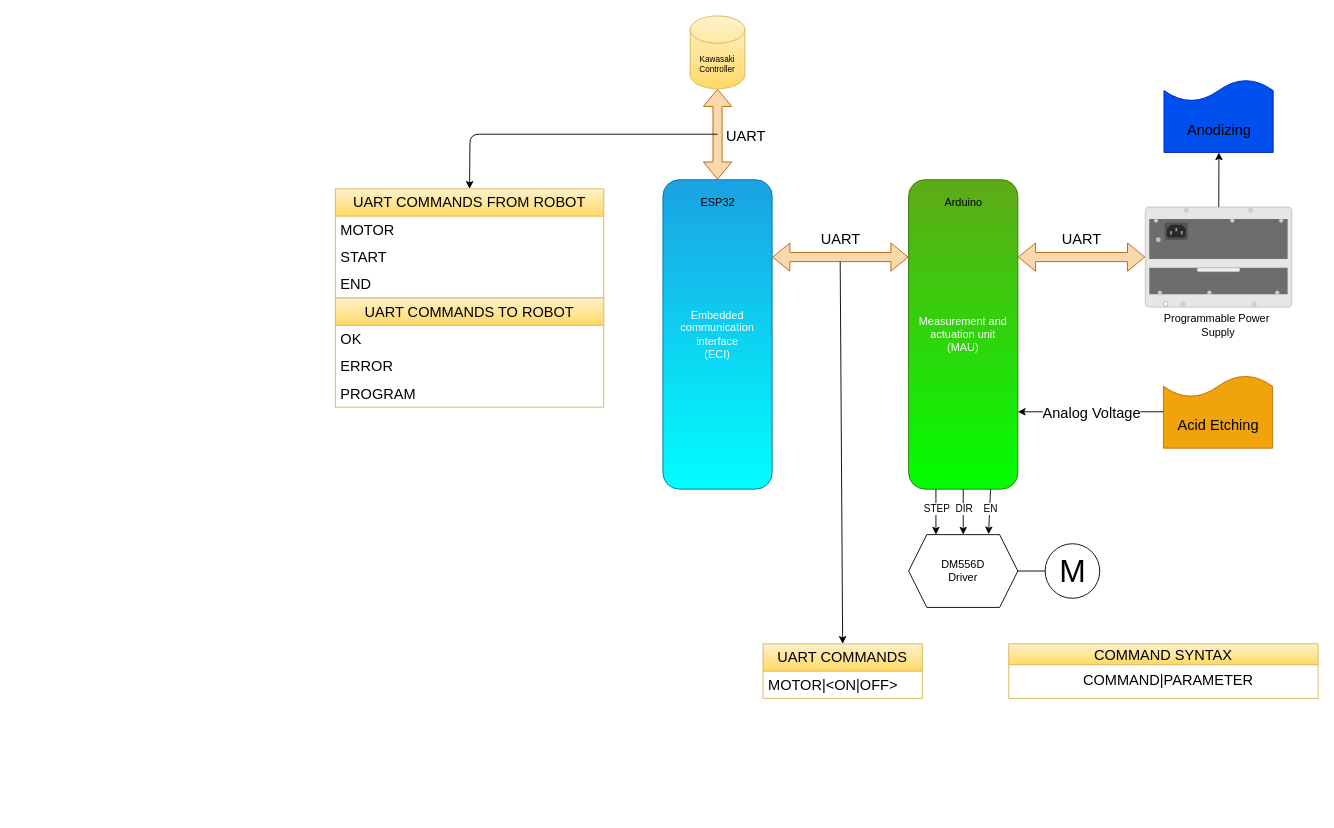
The draw.io diagram page "Hardware" (1 of 7) of docs.drawio in lasram-engineering/eci, before the edit. Source tidied: cells renumbered, new cells numbered last; positions are measured from the earlier drawing's top-left corner, leaving out a move shared by most shapes. Both pictures are drawn from the tidied source at 91%, with x=0, y=0 at pixel (335, 15).
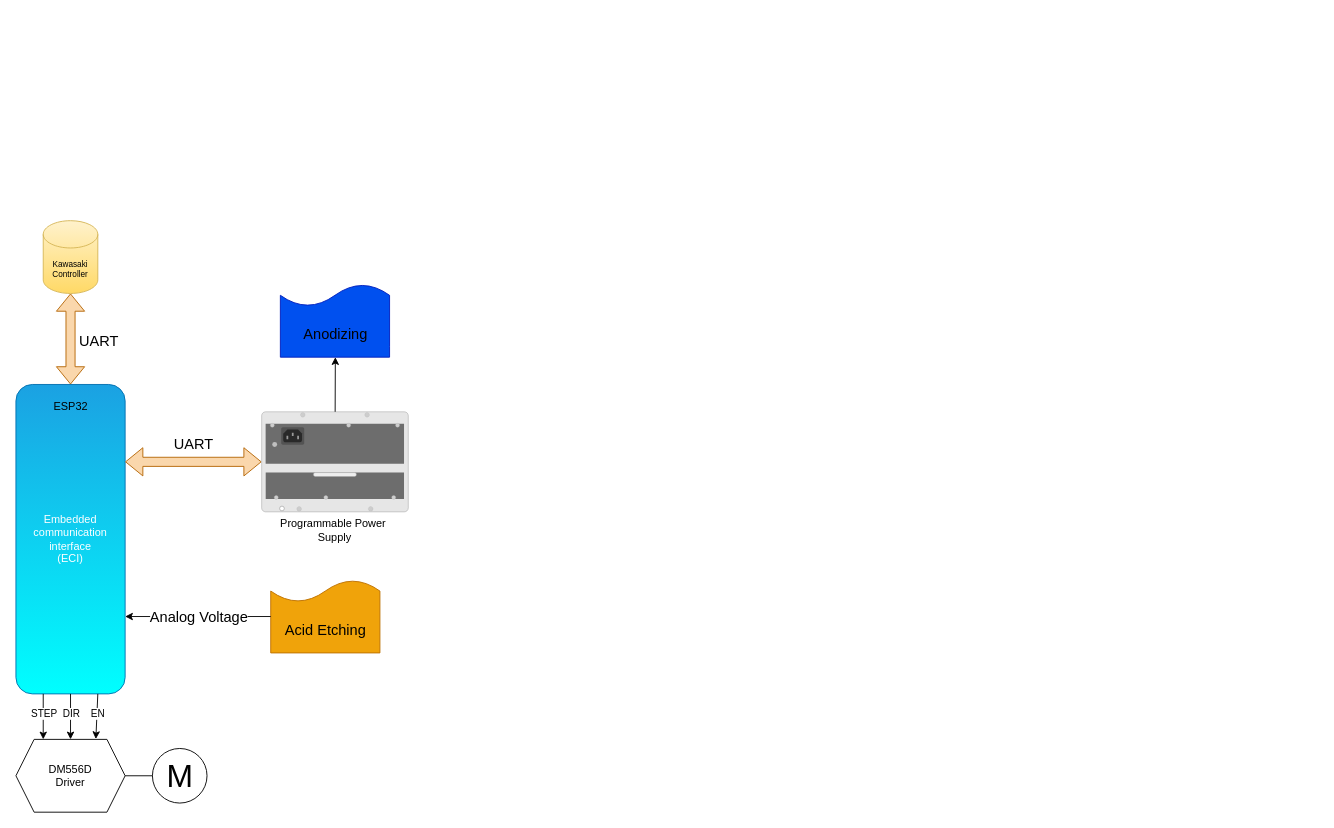
The same page after the edit.

Unchanged cells that the change refers to:
```xml
<mxCell id="6" value="Embedded communication interface&lt;br&gt;(ECI)" style="rounded=1;whiteSpace=wrap;html=1;fillColor=#1ba1e2;fontColor=#ffffff;strokeColor=#006EAF;gradientColor=#00FFFF;" parent="5" vertex="1">
  <mxGeometry width="120" height="340" as="geometry" />
</mxCell>
<mxCell id="24" style="html=1;verticalLabelPosition=bottom;verticalAlign=top;outlineConnect=0;shadow=0;dashed=0;shape=mxgraph.rack.hpe_aruba.switches.j9828a_5400r_700w_poeplus_zl2_power_supply;" parent="23" vertex="1">
  <mxGeometry width="161.2" height="110" as="geometry" />
</mxCell>
<mxCell id="31" style="shape=document;whiteSpace=wrap;html=1;boundedLbl=1;fontSize=16;rotation=-180;fillColor=#f0a30a;fontColor=#000000;strokeColor=#BD7000;gradientColor=none;gradientDirection=north;" parent="30" vertex="1">
  <mxGeometry width="120" height="80" as="geometry" />
</mxCell>
```

The edit, as a diff of the source:
```diff
@@
-    <mxCell id="2" style="group;" parent="1" vertex="1">
-      <mxGeometry x="630" y="180" width="120" height="340" as="geometry" />
-    </mxCell>
-    <mxCell id="3" value="Measurement and actuation unit&lt;br&gt;(MAU)" style="rounded=1;whiteSpace=wrap;html=1;fillColor=#60a917;fontColor=#ffffff;strokeColor=#2D7600;gradientColor=#00FF00;" parent="2" vertex="1">
-      <mxGeometry width="120" height="340" as="geometry" />
-    </mxCell>
-    <mxCell id="4" value="Arduino" style="text;html=1;align=center;verticalAlign=middle;strokeColor=none;fillColor=none;" parent="2" vertex="1">
-      <mxGeometry x="30" y="10" width="60" height="30" as="geometry" />
-    </mxCell>
     <mxCell id="5" style="group;" parent="1" vertex="1">
-      <mxGeometry x="360" y="180" width="120" height="340" as="geometry" />
+      <mxGeometry x="-351" y="405" width="120" height="340" as="geometry" />
     </mxCell>
@@
     <mxCell id="8" value="M" style="verticalLabelPosition=middle;shadow=0;dashed=0;align=center;html=1;verticalAlign=middle;strokeWidth=1;shape=ellipse;fontSize=35;fillColor=none;gradientColor=none;" parent="1" vertex="1">
-      <mxGeometry x="780" y="580" width="60" height="60" as="geometry" />
+      <mxGeometry x="-201" y="805" width="60" height="60" as="geometry" />
     </mxCell>
@@
     <mxCell id="10" value="DM556D&lt;br&gt;Driver" style="shape=hexagon;perimeter=hexagonPerimeter2;whiteSpace=wrap;html=1;fixedSize=1;fillColor=none;gradientColor=none;" parent="1" vertex="1">
-      <mxGeometry x="630" y="570" width="120" height="80" as="geometry" />
+      <mxGeometry x="-351" y="795" width="120" height="80" as="geometry" />
     </mxCell>
-    <mxCell id="11" style="edgeStyle=none;html=1;exitX=0.25;exitY=1;exitDx=0;exitDy=0;entryX=0.25;entryY=0;entryDx=0;entryDy=0;entryPerimeter=0;endArrow=classic;endFill=1;" parent="1" edge="1" source="3" target="10">
-      <mxGeometry relative="1" as="geometry" />
+    <mxCell id="11" style="edgeStyle=none;html=1;exitX=0.25;exitY=1;exitDx=0;exitDy=0;entryX=0.25;entryY=0;entryDx=0;entryDy=0;entryPerimeter=0;endArrow=classic;endFill=1;" parent="1" edge="1" target="10">
+      <mxGeometry relative="1" as="geometry">
+        <mxPoint x="-321" y="745" as="sourcePoint" />
+      </mxGeometry>
     </mxCell>
@@
-    <mxCell id="13" style="edgeStyle=none;html=1;exitX=0.5;exitY=1;exitDx=0;exitDy=0;entryX=0.5;entryY=0;entryDx=0;entryDy=0;endArrow=classic;endFill=1;" parent="1" edge="1" source="3" target="10">
-      <mxGeometry relative="1" as="geometry" />
+    <mxCell id="13" style="edgeStyle=none;html=1;exitX=0.5;exitY=1;exitDx=0;exitDy=0;entryX=0.5;entryY=0;entryDx=0;entryDy=0;endArrow=classic;endFill=1;" parent="1" edge="1" target="10">
+      <mxGeometry relative="1" as="geometry">
+        <mxPoint x="-291" y="745" as="sourcePoint" />
+      </mxGeometry>
     </mxCell>
@@
-    <mxCell id="15" style="edgeStyle=none;html=1;exitX=0.75;exitY=1;exitDx=0;exitDy=0;entryX=0.732;entryY=-0.005;entryDx=0;entryDy=0;entryPerimeter=0;endArrow=classic;endFill=1;" parent="1" edge="1" source="3" target="10">
-      <mxGeometry relative="1" as="geometry" />
+    <mxCell id="15" style="edgeStyle=none;html=1;exitX=0.75;exitY=1;exitDx=0;exitDy=0;entryX=0.732;entryY=-0.005;entryDx=0;entryDy=0;entryPerimeter=0;endArrow=classic;endFill=1;" parent="1" edge="1" target="10">
+      <mxGeometry relative="1" as="geometry">
+        <mxPoint x="-261" y="745" as="sourcePoint" />
+      </mxGeometry>
     </mxCell>
@@
-    <mxCell id="17" style="shape=flexArrow;endArrow=classic;html=1;entryX=0;entryY=0.25;entryDx=0;entryDy=0;exitX=1;exitY=0.25;exitDx=0;exitDy=0;startArrow=block;fillColor=#fad7ac;strokeColor=#b46504;" parent="1" edge="1" source="6" target="3">
+    <mxCell id="17" style="shape=flexArrow;endArrow=classic;html=1;exitX=1;exitY=0.25;exitDx=0;exitDy=0;startArrow=block;fillColor=#fad7ac;strokeColor=#b46504;" parent="1" edge="1" source="6" target="24">
       <mxGeometry relative="1" as="geometry" />
     </mxCell>
     <mxCell id="18" style="edgeStyle=none;html=1;fontSize=9;startArrow=block;endArrow=classic;endFill=1;shape=flexArrow;fillColor=#fad7ac;strokeColor=#b46504;" parent="1" edge="1" source="20">
       <mxGeometry relative="1" as="geometry">
-        <mxPoint x="420" y="180" as="targetPoint" />
+        <mxPoint x="-291" y="405" as="targetPoint" />
       </mxGeometry>
     </mxCell>
@@
     <mxCell id="20" value="&lt;font color=&quot;#000000&quot;&gt;Kawasaki Controller&lt;/font&gt;" style="shape=cylinder3;whiteSpace=wrap;html=1;boundedLbl=1;backgroundOutline=1;size=15;labelBackgroundColor=none;fontSize=9;fillColor=#fff2cc;gradientColor=#ffd966;strokeColor=#d6b656;" parent="1" vertex="1">
-      <mxGeometry x="390" width="60" height="80" as="geometry" />
+      <mxGeometry x="-321" y="225" width="60" height="80" as="geometry" />
     </mxCell>
-    <mxCell id="21" style="shape=flexArrow;endArrow=classic;startArrow=classic;html=1;exitX=1;exitY=0.25;exitDx=0;exitDy=0;fillColor=#fad7ac;strokeColor=#b46504;" parent="1" edge="1" source="3" target="24">
-      <mxGeometry relative="1" as="geometry" />
-    </mxCell>
-    <mxCell id="22" value="&lt;font style=&quot;font-size: 16px;&quot;&gt;UART&lt;/font&gt;" style="text;html=1;align=center;verticalAlign=middle;strokeColor=none;fillColor=none;" parent="1" vertex="1">
-      <mxGeometry x="785" y="230" width="70" height="30" as="geometry" />
-    </mxCell>
     <mxCell id="23" style="group;" parent="1" vertex="1">
-      <mxGeometry x="890" y="210" width="161.2" height="150" as="geometry" />
+      <mxGeometry x="-81" y="435" width="161.2" height="150" as="geometry" />
     </mxCell>
@@
     <mxCell id="26" style="group;" parent="1" vertex="1">
-      <mxGeometry x="910.6" y="70" width="120" height="80" as="geometry" />
+      <mxGeometry x="-60.4" y="295" width="120" height="80" as="geometry" />
     </mxCell>
@@
     <mxCell id="29" style="edgeStyle=none;html=1;fontSize=16;" parent="1" edge="1" source="24">
       <mxGeometry relative="1" as="geometry">
-        <mxPoint x="971" y="150" as="targetPoint" />
+        <mxPoint y="375" as="targetPoint" />
       </mxGeometry>
     </mxCell>
     <mxCell id="30" style="group;" parent="1" vertex="1">
-      <mxGeometry x="910" y="395" width="120" height="80" as="geometry" />
+      <mxGeometry x="-71" y="620" width="120" height="80" as="geometry" />
     </mxCell>
@@
-    <mxCell id="33" style="edgeStyle=none;html=1;exitX=1;exitY=0.5;exitDx=0;exitDy=0;entryX=1;entryY=0.75;entryDx=0;entryDy=0;fontSize=16;" parent="1" edge="1" source="31" target="3">
+    <mxCell id="33" style="edgeStyle=none;html=1;exitX=1;exitY=0.5;exitDx=0;exitDy=0;entryX=1;entryY=0.75;entryDx=0;entryDy=0;fontSize=16;" parent="1" edge="1" source="31" target="6">
       <mxGeometry relative="1" as="geometry" />
     </mxCell>
@@
     <mxCell id="35" value="UART" style="text;html=1;align=center;verticalAlign=middle;strokeColor=none;fillColor=none;fontSize=16;labelBackgroundColor=none;" parent="1" vertex="1">
-      <mxGeometry x="520" y="230" width="70" height="30" as="geometry" />
+      <mxGeometry x="-191" y="455" width="70" height="30" as="geometry" />
     </mxCell>
-    <mxCell id="36" style="edgeStyle=none;html=1;exitX=0.5;exitY=0;exitDx=0;exitDy=0;fontSize=16;startArrow=classic;startFill=1;endArrow=none;endFill=0;" parent="1" edge="1" source="37">
-      <mxGeometry relative="1" as="geometry">
-        <mxPoint x="554.8" y="270" as="targetPoint" />
-      </mxGeometry>
-    </mxCell>
-    <mxCell id="37" value="&lt;font color=&quot;#000000&quot;&gt;UART COMMANDS&lt;/font&gt;" style="swimlane;fontStyle=0;horizontal=1;startSize=30;whiteSpace=wrap;html=1;fontSize=16;fillColor=#fff2cc;gradientColor=#ffd966;strokeColor=#d6b656;" parent="1" vertex="1">
-      <mxGeometry x="470" y="690" width="175" height="60" as="geometry" />
-    </mxCell>
-    <mxCell id="38" value="MOTOR|&amp;lt;ON|OFF&amp;gt;" style="text;strokeColor=none;fillColor=none;align=left;verticalAlign=middle;spacingLeft=4;spacingRight=4;overflow=hidden;whiteSpace=wrap;html=1;fontSize=16;" parent="37" vertex="1">
-      <mxGeometry y="30" width="175" height="30" as="geometry" />
-    </mxCell>
-    <mxCell id="39" value="&lt;span style=&quot;font-weight: normal;&quot;&gt;&lt;font color=&quot;#000000&quot;&gt;COMMAND SYNTAX&lt;/font&gt;&lt;/span&gt;" style="swimlane;whiteSpace=wrap;html=1;fontSize=16;fillColor=#fff2cc;gradientColor=#ffd966;strokeColor=#d6b656;" parent="1" vertex="1">
-      <mxGeometry x="740" y="690" width="340" height="60" as="geometry" />
-    </mxCell>
-    <mxCell id="40" value="COMMAND|PARAMETER" style="text;html=1;align=center;verticalAlign=middle;strokeColor=none;fillColor=none;fontSize=16;" parent="39" vertex="1">
-      <mxGeometry x="70" y="25" width="210" height="30" as="geometry" />
-    </mxCell>
-    <mxCell id="41" value="&lt;font color=&quot;#000000&quot;&gt;UART COMMANDS FROM ROBOT&lt;/font&gt;" style="swimlane;fontStyle=0;horizontal=1;startSize=30;whiteSpace=wrap;html=1;fontSize=16;fillColor=#fff2cc;gradientColor=#ffd966;strokeColor=#d6b656;" parent="1" vertex="1">
-      <mxGeometry y="190" width="295" height="120" as="geometry" />
-    </mxCell>
-    <mxCell id="42" value="MOTOR" style="text;strokeColor=none;fillColor=none;align=left;verticalAlign=middle;spacingLeft=4;spacingRight=4;overflow=hidden;whiteSpace=wrap;html=1;fontSize=16;" parent="41" vertex="1">
-      <mxGeometry y="30" width="295" height="30" as="geometry" />
-    </mxCell>
-    <mxCell id="43" value="START" style="text;strokeColor=none;fillColor=none;align=left;verticalAlign=middle;spacingLeft=4;spacingRight=4;overflow=hidden;whiteSpace=wrap;html=1;fontSize=16;" parent="41" vertex="1">
-      <mxGeometry y="60" width="295" height="30" as="geometry" />
-    </mxCell>
-    <mxCell id="44" value="END" style="text;strokeColor=none;fillColor=none;align=left;verticalAlign=middle;spacingLeft=4;spacingRight=4;overflow=hidden;whiteSpace=wrap;html=1;fontSize=16;" parent="41" vertex="1">
-      <mxGeometry y="90" width="295" height="30" as="geometry" />
-    </mxCell>
-    <mxCell id="45" style="edgeStyle=none;jettySize=auto;html=1;fontSize=16;entryX=0.5;entryY=0;entryDx=0;entryDy=0;" parent="1" edge="1" target="41">
-      <mxGeometry relative="1" as="geometry">
-        <mxPoint x="420" y="130" as="sourcePoint" />
-        <Array as="points">
-          <mxPoint x="148" y="130" />
-        </Array>
-      </mxGeometry>
-    </mxCell>
-    <mxCell id="46" value="&lt;font color=&quot;#000000&quot;&gt;UART COMMANDS TO ROBOT&lt;/font&gt;" style="swimlane;fontStyle=0;horizontal=1;startSize=30;whiteSpace=wrap;html=1;fontSize=16;fillColor=#fff2cc;gradientColor=#ffd966;strokeColor=#d6b656;" parent="1" vertex="1">
-      <mxGeometry y="310" width="295" height="120" as="geometry" />
-    </mxCell>
-    <mxCell id="47" value="OK" style="text;strokeColor=none;fillColor=none;align=left;verticalAlign=middle;spacingLeft=4;spacingRight=4;overflow=hidden;whiteSpace=wrap;html=1;fontSize=16;" parent="46" vertex="1">
-      <mxGeometry y="30" width="295" height="30" as="geometry" />
-    </mxCell>
-    <mxCell id="48" value="ERROR" style="text;strokeColor=none;fillColor=none;align=left;verticalAlign=middle;spacingLeft=4;spacingRight=4;overflow=hidden;whiteSpace=wrap;html=1;fontSize=16;" parent="46" vertex="1">
-      <mxGeometry y="60" width="295" height="30" as="geometry" />
-    </mxCell>
-    <mxCell id="49" value="PROGRAM" style="text;strokeColor=none;fillColor=none;align=left;verticalAlign=middle;spacingLeft=4;spacingRight=4;overflow=hidden;whiteSpace=wrap;html=1;fontSize=16;" parent="46" vertex="1">
-      <mxGeometry y="90" width="295" height="30" as="geometry" />
-    </mxCell>
```
